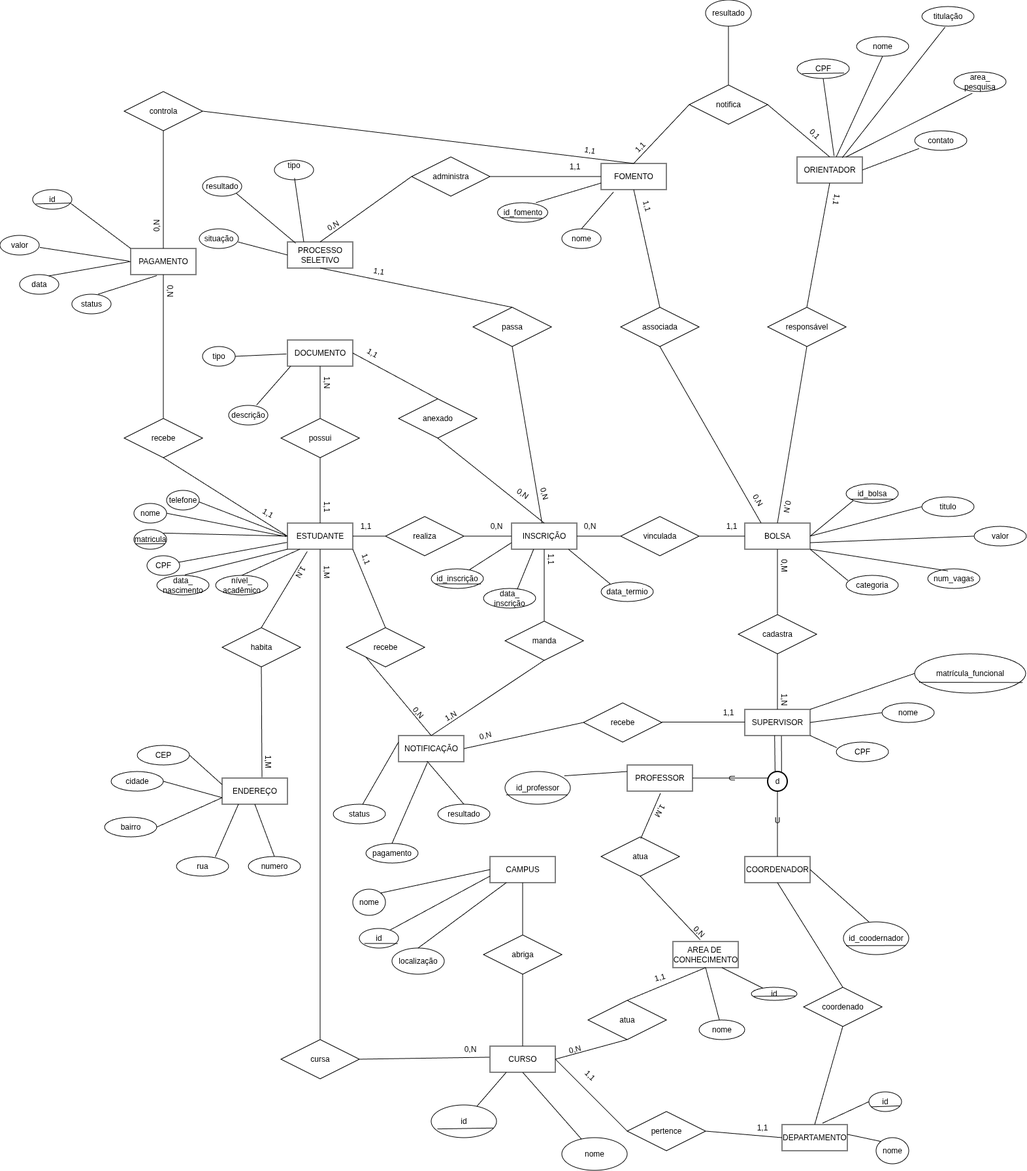
Earlier version of the draw.io export grupo 3.drawio.png (alisonqwe/algoritmo_2_2025.1). Source tidied: cells renumbered, new cells last; positions are measured from the earlier drawing's top-left corner, leaving out a move shared by most shapes.
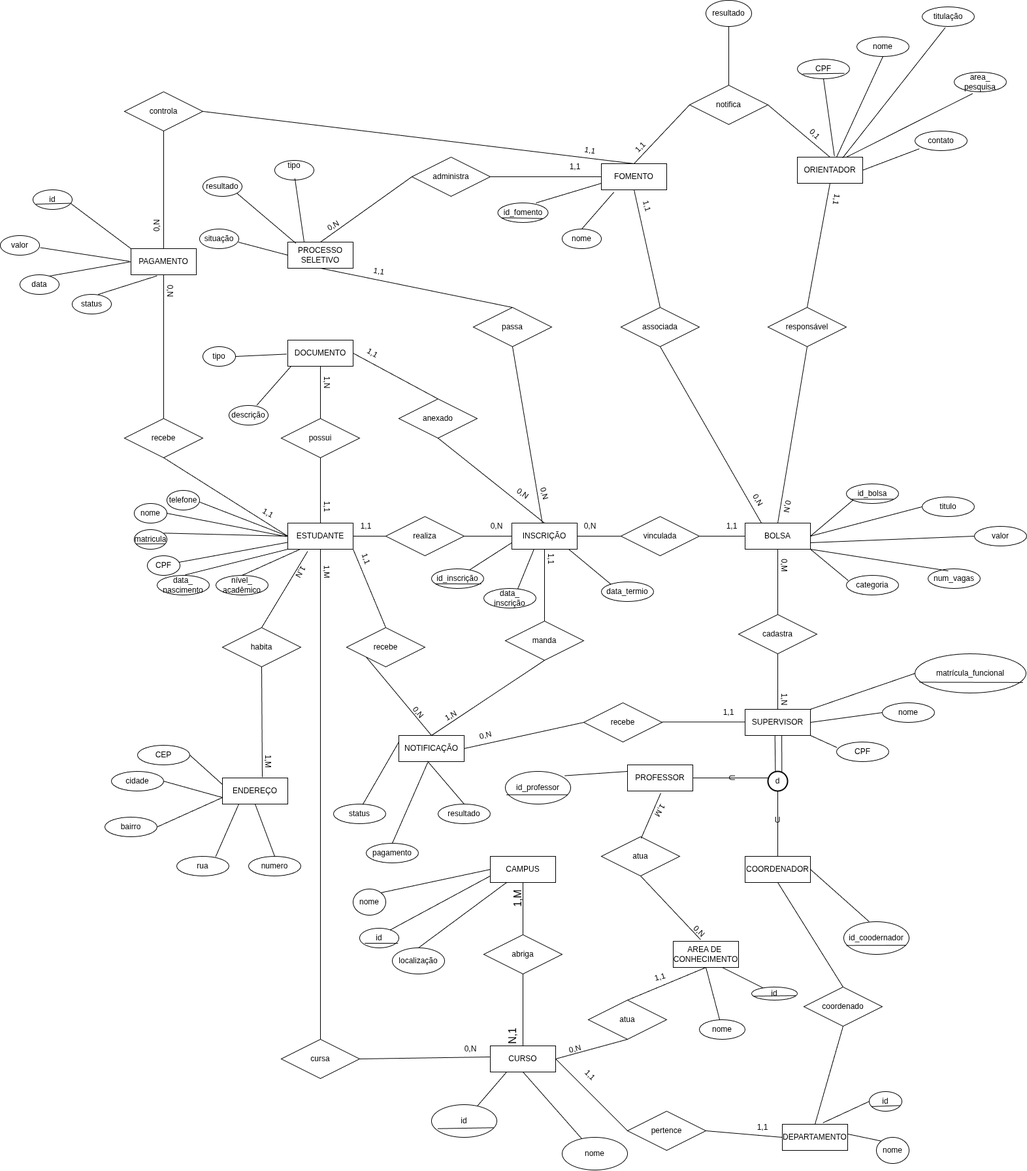
After the change.

Change to the diagram source:
```diff
@@ -769,5 +769,11 @@
     <mxCell id="252" value="1,M" style="text;html=1;whiteSpace=wrap;strokeColor=none;fillColor=none;align=center;verticalAlign=middle;rounded=0;rotation=120;" parent="1" vertex="1">
       <mxGeometry x="980" y="1225" width="60" height="30" as="geometry" />
     </mxCell>
+    <mxCell id="253" value="N,1" style="text;html=1;whiteSpace=wrap;strokeColor=none;fillColor=none;align=center;verticalAlign=middle;rounded=0;fontSize=16;rotation=-90;" parent="1" vertex="1">
+      <mxGeometry x="754" y="1570" width="60" height="30" as="geometry" />
+    </mxCell>
+    <mxCell id="254" value="1,M" style="text;html=1;whiteSpace=wrap;strokeColor=none;fillColor=none;align=center;verticalAlign=middle;rounded=0;fontSize=16;rotation=-90;" parent="1" vertex="1">
+      <mxGeometry x="761.5" y="1360" width="60" height="30" as="geometry" />
+    </mxCell>
   </root>
 </mxGraphModel>
```
